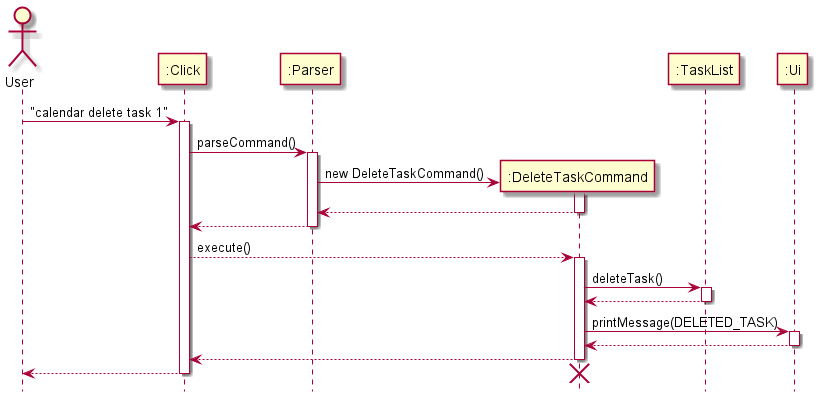
Earlier version of the PlantUML export docs/diagrams/calendar/DeleteTaskCommand.png (nus-cs2113-AY2122S1/tp).
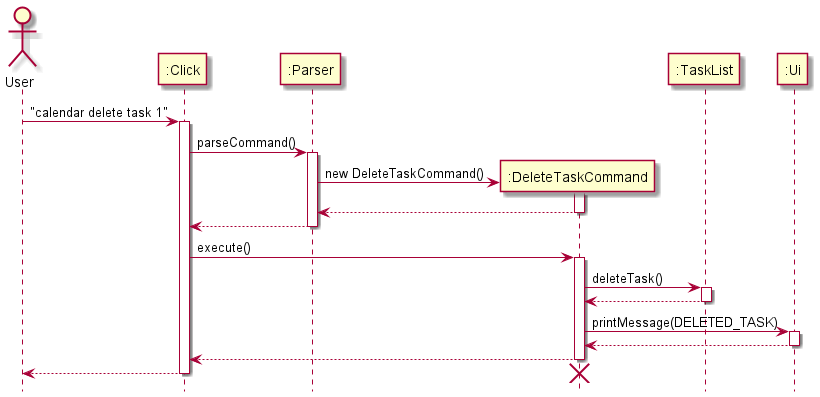
Later version of the same file.

Change to the diagram source:
```diff
@@ -14,7 +14,7 @@
 deactivate ":DeleteTaskCommand"
 ":Parser" --> ":Click"
 deactivate ":Parser"
-":Click" --> ":DeleteTaskCommand" : execute()
+":Click" -> ":DeleteTaskCommand" : execute()
 activate ":DeleteTaskCommand"
 participant ":TaskList"
 ":DeleteTaskCommand" -> ":TaskList" : deleteTask()
```
